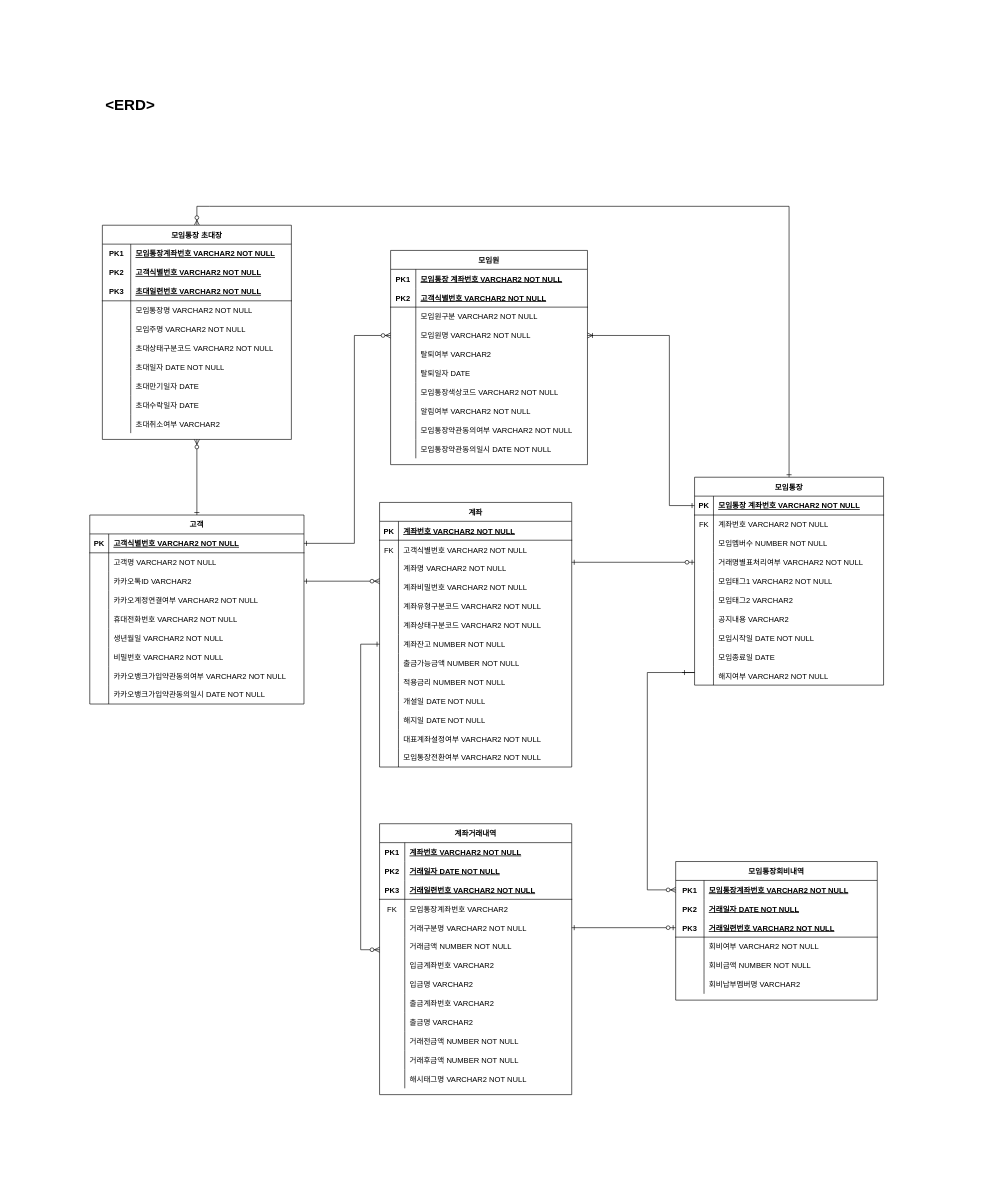
Earlier version of the draw.io diagram ERD.drawio (jeondele/ys_present). Source tidied: cells renumbered, new cells numbered last; positions are measured from the earlier drawing's top-left corner, leaving out a move shared by most shapes. Both pictures are drawn from the tidied source at 63%, with x=0, y=0 at pixel (26, 11).
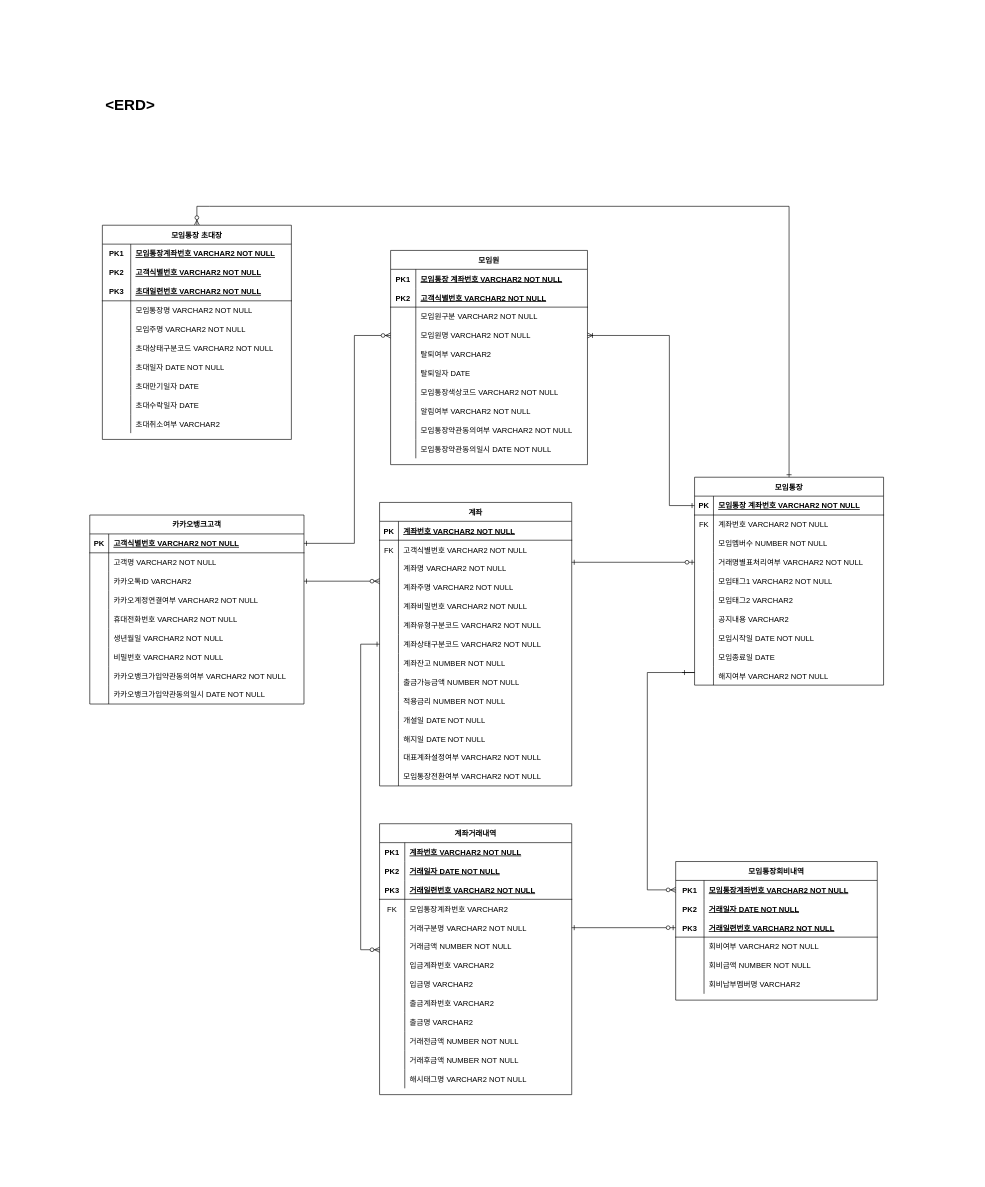
The same diagram, later.

Unchanged cells that the change refers to:
```xml
<mxCell id="200" value="모임통장 초대장" style="shape=table;startSize=30;childLayout=tableLayout;rowLines=0;fontStyle=1;align=center;" parent="1" vertex="1">
  <mxGeometry x="120" y="340" width="300" height="340" as="geometry" />
</mxCell>
```

Change to the diagram source:
```diff
@@
     <mxCell id="4" value="계좌" style="shape=table;startSize=30;childLayout=tableLayout;rowLines=0;fontStyle=1;align=center;" parent="1" vertex="1">
-      <mxGeometry x="560" y="780" width="305" height="420" as="geometry" />
+      <mxGeometry x="560" y="780" width="305" height="450" as="geometry" />
     </mxCell>
@@
+    <mxCell id="238" style="shape=partialRectangle;fillColor=none;top=0;left=0;right=0;bottom=0;" parent="4" vertex="1">
+      <mxGeometry y="120" width="305" height="30" as="geometry" />
+    </mxCell>
+    <mxCell id="239" style="shape=partialRectangle;overflow=hidden;fillColor=none;top=0;left=0;bottom=0;right=0;" parent="238" vertex="1">
+      <mxGeometry width="30" height="30" as="geometry" />
+    </mxCell>
+    <mxCell id="240" value="계좌주명 VARCHAR2 NOT NULL" style="shape=partialRectangle;overflow=hidden;fillColor=none;top=0;left=0;bottom=0;right=0;align=left;spacingLeft=6;" parent="238" vertex="1">
+      <mxGeometry x="30" width="275" height="30" as="geometry" />
+    </mxCell>
     <mxCell id="14" style="shape=partialRectangle;fillColor=none;top=0;left=0;right=0;bottom=0;" parent="4" vertex="1">
-      <mxGeometry y="120" width="305" height="30" as="geometry" />
+      <mxGeometry y="150" width="305" height="30" as="geometry" />
     </mxCell>
@@
     <mxCell id="17" style="shape=partialRectangle;fillColor=none;top=0;left=0;right=0;bottom=0;" parent="4" vertex="1">
-      <mxGeometry y="150" width="305" height="30" as="geometry" />
+      <mxGeometry y="180" width="305" height="30" as="geometry" />
     </mxCell>
@@
     <mxCell id="20" style="shape=partialRectangle;fillColor=none;top=0;left=0;right=0;bottom=0;" parent="4" vertex="1">
-      <mxGeometry y="180" width="305" height="30" as="geometry" />
+      <mxGeometry y="210" width="305" height="30" as="geometry" />
     </mxCell>
@@
     <mxCell id="23" style="shape=partialRectangle;fillColor=none;top=0;left=0;right=0;bottom=0;" parent="4" vertex="1">
-      <mxGeometry y="210" width="305" height="30" as="geometry" />
+      <mxGeometry y="240" width="305" height="30" as="geometry" />
     </mxCell>
@@
     <mxCell id="26" style="shape=partialRectangle;fillColor=none;top=0;left=0;right=0;bottom=0;" parent="4" vertex="1">
-      <mxGeometry y="240" width="305" height="30" as="geometry" />
+      <mxGeometry y="270" width="305" height="30" as="geometry" />
     </mxCell>
@@
     <mxCell id="29" style="shape=partialRectangle;fillColor=none;top=0;left=0;right=0;bottom=0;" parent="4" vertex="1">
-      <mxGeometry y="270" width="305" height="30" as="geometry" />
+      <mxGeometry y="300" width="305" height="30" as="geometry" />
     </mxCell>
@@
     <mxCell id="32" style="shape=partialRectangle;fillColor=none;top=0;left=0;right=0;bottom=0;" parent="4" vertex="1">
-      <mxGeometry y="300" width="305" height="30" as="geometry" />
+      <mxGeometry y="330" width="305" height="30" as="geometry" />
     </mxCell>
@@
     <mxCell id="35" style="shape=partialRectangle;fillColor=none;top=0;left=0;right=0;bottom=0;" parent="4" vertex="1">
-      <mxGeometry y="330" width="305" height="30" as="geometry" />
+      <mxGeometry y="360" width="305" height="30" as="geometry" />
     </mxCell>
@@
     <mxCell id="38" style="shape=partialRectangle;fillColor=none;top=0;left=0;right=0;bottom=0;" parent="4" vertex="1">
-      <mxGeometry y="360" width="305" height="30" as="geometry" />
+      <mxGeometry y="390" width="305" height="30" as="geometry" />
     </mxCell>
@@
     <mxCell id="41" style="shape=partialRectangle;fillColor=none;top=0;left=0;right=0;bottom=0;" parent="4" vertex="1">
-      <mxGeometry y="390" width="305" height="30" as="geometry" />
+      <mxGeometry y="420" width="305" height="30" as="geometry" />
     </mxCell>
@@
-    <mxCell id="75" value="고객" style="shape=table;startSize=30;childLayout=tableLayout;rowLines=0;fontStyle=1;align=center;" parent="1" vertex="1">
+    <mxCell id="75" value="카카오뱅크고객" style="shape=table;startSize=30;childLayout=tableLayout;rowLines=0;fontStyle=1;align=center;" parent="1" vertex="1">
       <mxGeometry x="100" y="800" width="340" height="300" as="geometry" />
     </mxCell>
@@
-    <mxCell id="199" style="edgeStyle=orthogonalEdgeStyle;rounded=0;jettySize=auto;html=1;exitX=0.5;exitY=1;exitDx=0;exitDy=0;entryX=0.5;entryY=0;entryDx=0;entryDy=0;endArrow=ERone;endFill=0;startArrow=ERzeroToMany;startFill=1;" parent="1" edge="1" source="200" target="75">
-      <mxGeometry relative="1" as="geometry" />
-    </mxCell>
```
